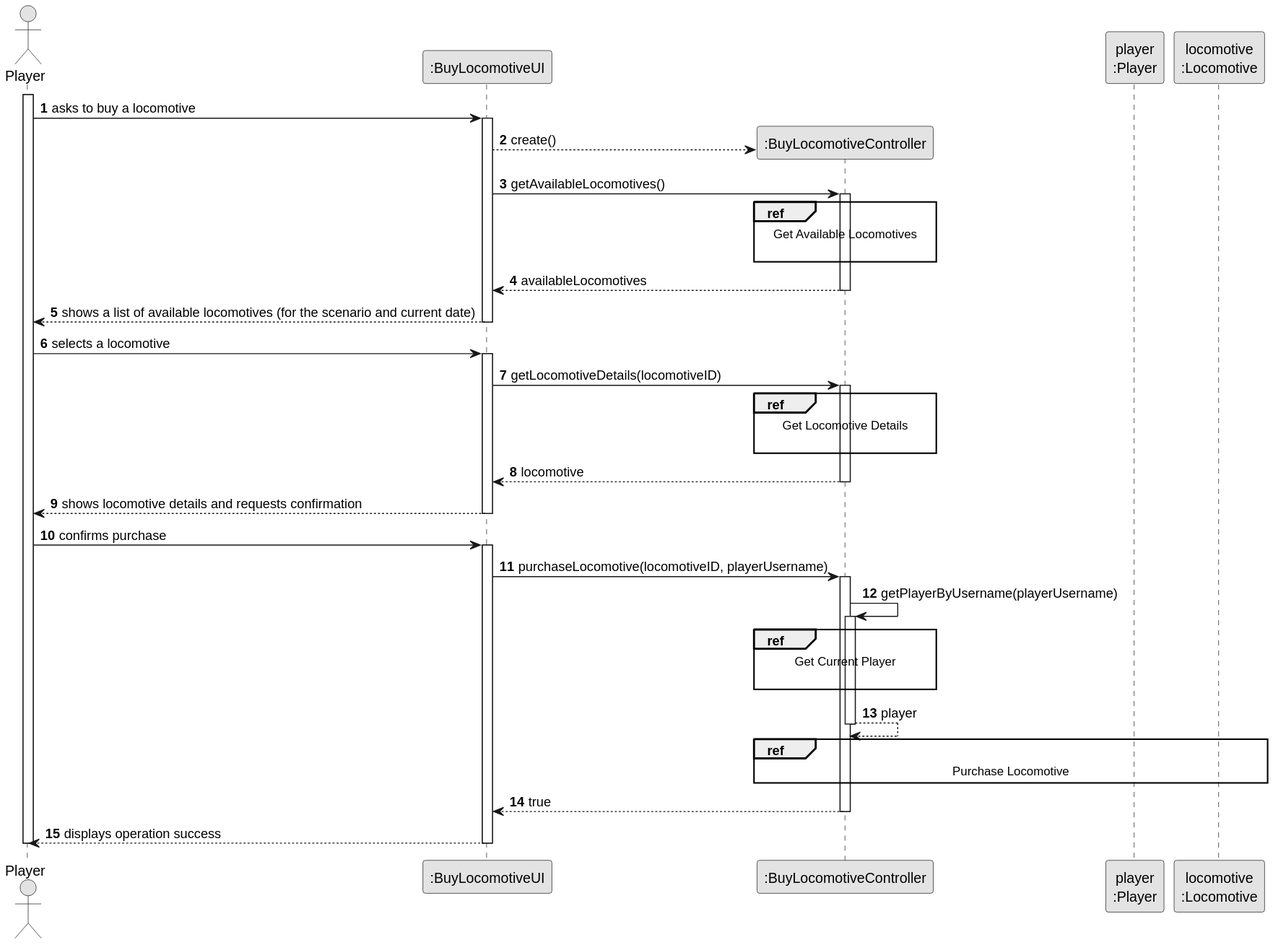
Before: docs/system-documentation/Sprint 2/US09/03.design/svg/US09-SD-split.svg, a diagram exported from PlantUML (HenriqueSilva18/Railway-Network-Simulator).
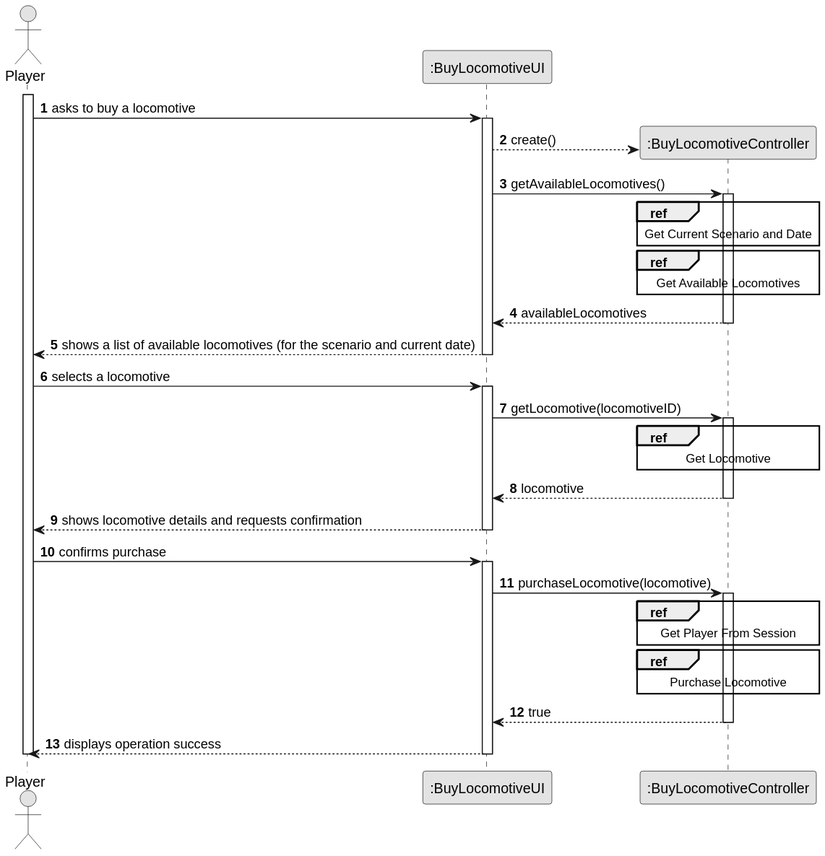
Later version of the same file.

The edit, as a diff of the source:
```diff
@@ -5,74 +5,65 @@
 
 autonumber
 
-actor "Player" as PLAYER_ACTOR
-
+actor "Player" as PLAYER
 participant ":BuyLocomotiveUI" as UI
 participant ":BuyLocomotiveController" as CTRL
-participant "player\n:Player" as PLAYER
-participant "locomotive\n:Locomotive" as LOCOMOTIVE
 
-activate PLAYER_ACTOR
+activate PLAYER
 
-    PLAYER_ACTOR -> UI : asks to buy a locomotive
-
+    PLAYER -> UI : asks to buy a locomotive
     activate UI
-
         UI --> CTRL** : create()
         UI -> CTRL : getAvailableLocomotives()
+
+        ref over CTRL
+            Get Current Scenario and Date
+        end ref
+
         ref over CTRL
             Get Available Locomotives
-
         end ref
 
         activate CTRL
-
             CTRL --> UI : availableLocomotives
         deactivate CTRL
 
-        UI --> PLAYER_ACTOR : shows a list of available locomotives (for the scenario and current date)
+        UI --> PLAYER : shows a list of available locomotives (for the scenario and current date)
     deactivate UI
 
-    PLAYER_ACTOR -> UI : selects a locomotive
+    PLAYER -> UI : selects a locomotive
     activate UI
+        UI -> CTRL : getLocomotive(locomotiveID)
 
-        UI -> CTRL : getLocomotiveDetails(locomotiveID)
+        ref over CTRL
+            Get Locomotive
+        end ref
+
         activate CTRL
-            ref over CTRL
-                Get Locomotive Details
-
-            end ref
             CTRL --> UI : locomotive
         deactivate CTRL
 
-        UI --> PLAYER_ACTOR : shows locomotive details and requests confirmation
+        UI --> PLAYER : shows locomotive details and requests confirmation
     deactivate UI
 
-    PLAYER_ACTOR -> UI : confirms purchase
+    PLAYER -> UI : confirms purchase
     activate UI
+        UI -> CTRL : purchaseLocomotive(locomotive)
 
-        UI -> CTRL : purchaseLocomotive(locomotiveID, playerUsername)
+        ref over CTRL
+            Get Player From Session
+        end ref
+
+        ref over CTRL
+            Purchase Locomotive
+        end ref
+
         activate CTRL
-
-            CTRL -> CTRL : getPlayerByUsername(playerUsername)
-            activate CTRL
-
-                ref over CTRL
-                    Get Current Player
-
-                end ref
-                CTRL --> CTRL : player
-            deactivate CTRL
-
-            ref over CTRL, PLAYER, LOCOMOTIVE
-                Purchase Locomotive
-            end ref
-
             CTRL --> UI : true
         deactivate CTRL
 
-        UI --> PLAYER_ACTOR : displays operation success
+        UI --> PLAYER : displays operation success
     deactivate UI
 
-deactivate PLAYER_ACTOR
+deactivate PLAYER
 @enduml
```
